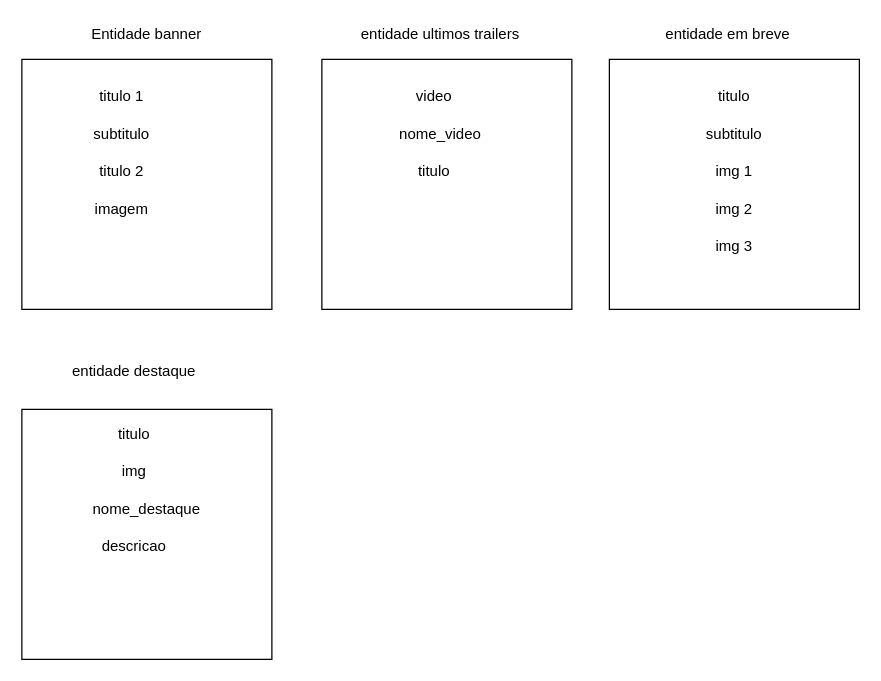
This is Untitled Diagram.drawio from Isaquesc/MySQL, a draw.io file, before an edit. Source tidied: cells renumbered, new cells numbered last; positions are measured from the earlier drawing's top-left corner, leaving out a move shared by most shapes. Both pictures are drawn from the tidied source at 125%, with x=0, y=0 at pixel (21, 21).
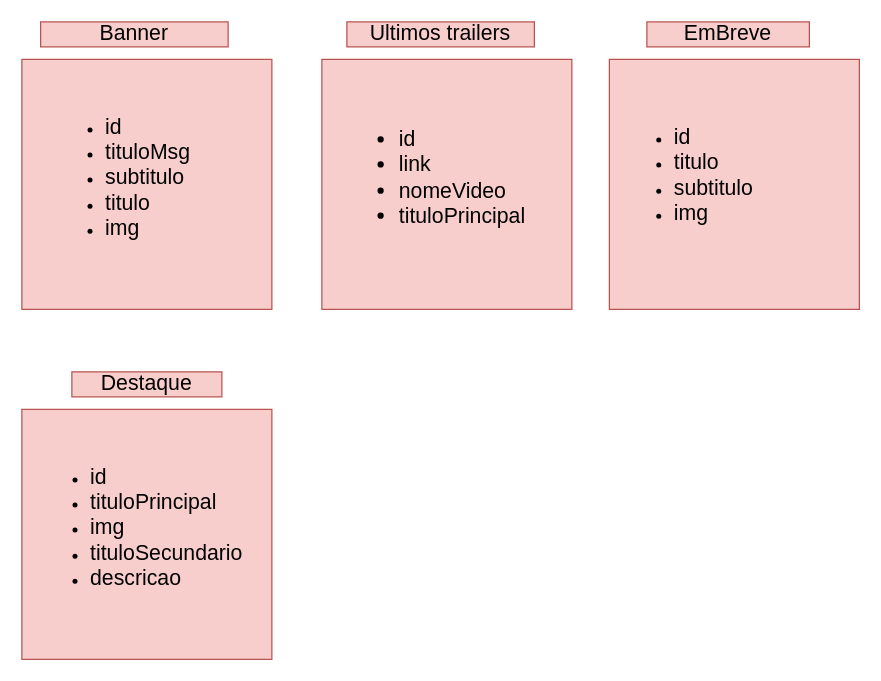
The same diagram, later.

What changed in the source:
```diff
@@
-    <mxCell id="2" style="whiteSpace=wrap;html=1;" parent="1" vertex="1">
+    <mxCell id="2" style="whiteSpace=wrap;html=1;fillColor=#f8cecc;strokeColor=#b85450;" parent="1" vertex="1">
       <mxGeometry y="30" width="200" height="200" as="geometry" />
     </mxCell>
-    <mxCell id="3" value="Entidade banner" style="text;html=1;strokeColor=none;fillColor=none;align=center;verticalAlign=middle;whiteSpace=wrap;rounded=0;" parent="1" vertex="1">
-      <mxGeometry x="25" width="150" height="20" as="geometry" />
+    <mxCell id="3" value="&lt;font style=&quot;font-size: 17px&quot;&gt;Banner&lt;/font&gt;" style="text;html=1;strokeColor=#b85450;fillColor=#f8cecc;align=center;verticalAlign=middle;whiteSpace=wrap;rounded=0;" parent="1" vertex="1">
+      <mxGeometry x="15" width="150" height="20" as="geometry" />
     </mxCell>
-    <mxCell id="4" value="titulo 1" style="text;html=1;strokeColor=none;fillColor=none;align=center;verticalAlign=middle;whiteSpace=wrap;rounded=0;" parent="1" vertex="1">
-      <mxGeometry x="60" y="50" width="40" height="20" as="geometry" />
+    <mxCell id="4" value="&lt;ul&gt;&lt;li&gt;&lt;font style=&quot;font-size: 17px&quot;&gt;id&lt;/font&gt;&lt;/li&gt;&lt;li&gt;&lt;font style=&quot;font-size: 17px&quot;&gt;tituloMsg&lt;/font&gt;&lt;/li&gt;&lt;li&gt;&lt;font style=&quot;font-size: 17px&quot;&gt;subtitulo&lt;/font&gt;&lt;/li&gt;&lt;li&gt;&lt;font style=&quot;font-size: 17px&quot;&gt;titulo&lt;/font&gt;&lt;/li&gt;&lt;li&gt;&lt;font style=&quot;font-size: 17px&quot;&gt;img&lt;/font&gt;&lt;/li&gt;&lt;/ul&gt;" style="text;html=1;strokeColor=none;fillColor=none;align=left;verticalAlign=middle;whiteSpace=wrap;rounded=0;" parent="1" vertex="1">
+      <mxGeometry x="25" y="70" width="155" height="110" as="geometry" />
     </mxCell>
-    <mxCell id="5" value="subtitulo" style="text;html=1;strokeColor=none;fillColor=none;align=center;verticalAlign=middle;whiteSpace=wrap;rounded=0;" parent="1" vertex="1">
-      <mxGeometry x="60" y="80" width="40" height="20" as="geometry" />
-    </mxCell>
-    <mxCell id="6" value="titulo 2" style="text;html=1;strokeColor=none;fillColor=none;align=center;verticalAlign=middle;whiteSpace=wrap;rounded=0;" parent="1" vertex="1">
-      <mxGeometry x="60" y="110" width="40" height="20" as="geometry" />
-    </mxCell>
-    <mxCell id="7" value="imagem" style="text;html=1;strokeColor=none;fillColor=none;align=center;verticalAlign=middle;whiteSpace=wrap;rounded=0;" parent="1" vertex="1">
-      <mxGeometry x="60" y="140" width="40" height="20" as="geometry" />
-    </mxCell>
-    <mxCell id="8" style="whiteSpace=wrap;html=1;" parent="1" vertex="1">
+    <mxCell id="8" style="whiteSpace=wrap;html=1;fillColor=#f8cecc;strokeColor=#b85450;" parent="1" vertex="1">
       <mxGeometry x="240" y="30" width="200" height="200" as="geometry" />
     </mxCell>
-    <mxCell id="9" value="entidade ultimos trailers" style="text;html=1;strokeColor=none;fillColor=none;align=center;verticalAlign=middle;whiteSpace=wrap;rounded=0;" parent="1" vertex="1">
+    <mxCell id="9" value="&lt;font style=&quot;font-size: 17px&quot;&gt;Ultimos trailers&lt;/font&gt;" style="text;html=1;strokeColor=#b85450;fillColor=#f8cecc;align=center;verticalAlign=middle;whiteSpace=wrap;rounded=0;" parent="1" vertex="1">
       <mxGeometry x="260" width="150" height="20" as="geometry" />
     </mxCell>
-    <mxCell id="10" value="video" style="text;html=1;strokeColor=none;fillColor=none;align=center;verticalAlign=middle;whiteSpace=wrap;rounded=0;" parent="1" vertex="1">
-      <mxGeometry x="310" y="50" width="40" height="20" as="geometry" />
+    <mxCell id="10" value="&lt;ul style=&quot;font-size: 17px&quot;&gt;&lt;li&gt;&lt;font style=&quot;font-size: 17px&quot;&gt;id&lt;/font&gt;&lt;/li&gt;&lt;li&gt;&lt;font style=&quot;font-size: 17px&quot;&gt;link&lt;/font&gt;&lt;/li&gt;&lt;li&gt;&lt;font style=&quot;font-size: 17px&quot;&gt;nomeVideo&lt;/font&gt;&lt;/li&gt;&lt;li&gt;&lt;font style=&quot;font-size: 17px&quot;&gt;tituloPrincipal&lt;/font&gt;&lt;/li&gt;&lt;/ul&gt;" style="text;html=1;strokeColor=none;fillColor=none;align=left;verticalAlign=middle;whiteSpace=wrap;rounded=0;" parent="1" vertex="1">
+      <mxGeometry x="260" y="48" width="171" height="154" as="geometry" />
     </mxCell>
-    <mxCell id="11" value="nome_video" style="text;html=1;strokeColor=none;fillColor=none;align=center;verticalAlign=middle;whiteSpace=wrap;rounded=0;" parent="1" vertex="1">
-      <mxGeometry x="285" y="80" width="100" height="20" as="geometry" />
-    </mxCell>
-    <mxCell id="12" value="titulo" style="text;html=1;strokeColor=none;fillColor=none;align=center;verticalAlign=middle;whiteSpace=wrap;rounded=0;" parent="1" vertex="1">
-      <mxGeometry x="310" y="110" width="40" height="20" as="geometry" />
-    </mxCell>
-    <mxCell id="13" style="whiteSpace=wrap;html=1;" parent="1" vertex="1">
+    <mxCell id="13" style="whiteSpace=wrap;html=1;fillColor=#f8cecc;strokeColor=#b85450;" parent="1" vertex="1">
       <mxGeometry x="470" y="30" width="200" height="200" as="geometry" />
     </mxCell>
-    <mxCell id="14" value="entidade em breve" style="text;html=1;strokeColor=none;fillColor=none;align=center;verticalAlign=middle;whiteSpace=wrap;rounded=0;" parent="1" vertex="1">
+    <mxCell id="14" value="&lt;font style=&quot;font-size: 17px&quot;&gt;EmBreve&lt;/font&gt;" style="text;html=1;strokeColor=#b85450;fillColor=#f8cecc;align=center;verticalAlign=middle;whiteSpace=wrap;rounded=0;" parent="1" vertex="1">
       <mxGeometry x="500" width="130" height="20" as="geometry" />
     </mxCell>
-    <mxCell id="15" value="titulo" style="text;html=1;strokeColor=none;fillColor=none;align=center;verticalAlign=middle;whiteSpace=wrap;rounded=0;" parent="1" vertex="1">
-      <mxGeometry x="550" y="50" width="40" height="20" as="geometry" />
+    <mxCell id="15" value="&lt;ul&gt;&lt;li&gt;&lt;span style=&quot;font-size: 17px&quot;&gt;id&lt;/span&gt;&lt;/li&gt;&lt;li&gt;&lt;span style=&quot;font-size: 17px&quot;&gt;titulo&lt;/span&gt;&lt;/li&gt;&lt;li&gt;&lt;span style=&quot;font-size: 17px&quot;&gt;subtitulo&lt;/span&gt;&lt;/li&gt;&lt;li&gt;&lt;span style=&quot;font-size: 17px&quot;&gt;img&lt;/span&gt;&lt;/li&gt;&lt;/ul&gt;" style="text;html=1;strokeColor=none;fillColor=none;align=left;verticalAlign=middle;whiteSpace=wrap;rounded=0;" parent="1" vertex="1">
+      <mxGeometry x="480" y="48" width="190" height="150" as="geometry" />
     </mxCell>
-    <mxCell id="16" value="img 1" style="text;html=1;strokeColor=none;fillColor=none;align=center;verticalAlign=middle;whiteSpace=wrap;rounded=0;" parent="1" vertex="1">
-      <mxGeometry x="550" y="110" width="40" height="20" as="geometry" />
-    </mxCell>
-    <mxCell id="17" value="subtitulo" style="text;html=1;strokeColor=none;fillColor=none;align=center;verticalAlign=middle;whiteSpace=wrap;rounded=0;" parent="1" vertex="1">
-      <mxGeometry x="550" y="80" width="40" height="20" as="geometry" />
-    </mxCell>
-    <mxCell id="18" value="img 2" style="text;html=1;strokeColor=none;fillColor=none;align=center;verticalAlign=middle;whiteSpace=wrap;rounded=0;" parent="1" vertex="1">
-      <mxGeometry x="550" y="140" width="40" height="20" as="geometry" />
-    </mxCell>
-    <mxCell id="19" value="img 3" style="text;html=1;strokeColor=none;fillColor=none;align=center;verticalAlign=middle;whiteSpace=wrap;rounded=0;" parent="1" vertex="1">
-      <mxGeometry x="550" y="170" width="40" height="20" as="geometry" />
-    </mxCell>
-    <mxCell id="20" style="whiteSpace=wrap;html=1;" parent="1" vertex="1">
+    <mxCell id="20" style="whiteSpace=wrap;html=1;fillColor=#f8cecc;strokeColor=#b85450;" parent="1" vertex="1">
       <mxGeometry y="310" width="200" height="200" as="geometry" />
     </mxCell>
-    <mxCell id="21" value="entidade destaque" style="text;html=1;strokeColor=none;fillColor=none;align=center;verticalAlign=middle;whiteSpace=wrap;rounded=0;" parent="1" vertex="1">
-      <mxGeometry x="30" y="270" width="120" height="20" as="geometry" />
+    <mxCell id="21" value="&lt;font style=&quot;font-size: 17px&quot;&gt;Destaque&lt;/font&gt;" style="text;html=1;strokeColor=#b85450;fillColor=#f8cecc;align=center;verticalAlign=middle;whiteSpace=wrap;rounded=0;" parent="1" vertex="1">
+      <mxGeometry x="40" y="280" width="120" height="20" as="geometry" />
     </mxCell>
-    <mxCell id="22" value="titulo" style="text;html=1;strokeColor=none;fillColor=none;align=center;verticalAlign=middle;whiteSpace=wrap;rounded=0;" parent="1" vertex="1">
-      <mxGeometry x="70" y="320" width="40" height="20" as="geometry" />
+    <mxCell id="22" value="&lt;ul&gt;&lt;li&gt;&lt;font style=&quot;font-size: 17px&quot;&gt;id&lt;/font&gt;&lt;/li&gt;&lt;li&gt;&lt;font style=&quot;font-size: 17px&quot;&gt;tituloPrincipal&lt;/font&gt;&lt;/li&gt;&lt;li&gt;&lt;font style=&quot;font-size: 17px&quot;&gt;img&lt;/font&gt;&lt;/li&gt;&lt;li&gt;&lt;font style=&quot;font-size: 17px&quot;&gt;tituloSecundario&lt;/font&gt;&lt;/li&gt;&lt;li&gt;&lt;font style=&quot;font-size: 17px&quot;&gt;descricao&lt;/font&gt;&lt;/li&gt;&lt;/ul&gt;" style="text;html=1;strokeColor=none;fillColor=none;align=left;verticalAlign=middle;whiteSpace=wrap;rounded=0;" parent="1" vertex="1">
+      <mxGeometry x="12.5" y="310" width="180" height="190" as="geometry" />
     </mxCell>
-    <mxCell id="23" value="img" style="text;html=1;strokeColor=none;fillColor=none;align=center;verticalAlign=middle;whiteSpace=wrap;rounded=0;" parent="1" vertex="1">
-      <mxGeometry x="70" y="350" width="40" height="20" as="geometry" />
-    </mxCell>
-    <mxCell id="24" value="nome_destaque" style="text;html=1;strokeColor=none;fillColor=none;align=center;verticalAlign=middle;whiteSpace=wrap;rounded=0;" parent="1" vertex="1">
-      <mxGeometry x="80" y="380" width="40" height="20" as="geometry" />
-    </mxCell>
-    <mxCell id="25" value="descricao" style="text;html=1;strokeColor=none;fillColor=none;align=center;verticalAlign=middle;whiteSpace=wrap;rounded=0;" parent="1" vertex="1">
-      <mxGeometry x="70" y="410" width="40" height="20" as="geometry" />
-    </mxCell>
```
